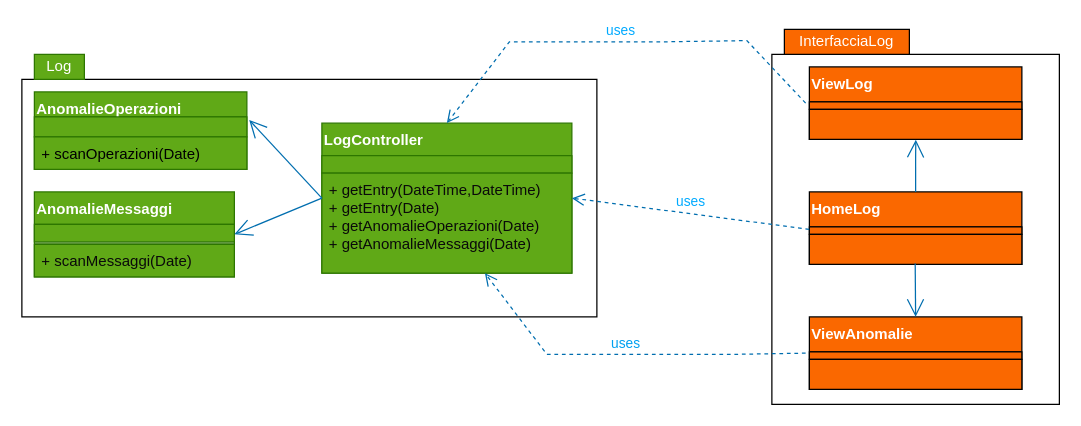
Earlier version of the draw.io diagram Diagrammi_Package/Log_package.drawio (JosephBoom02/Progetto_Ingegneria_del_Software). Source tidied: cells renumbered, new cells numbered last; positions are measured from the earlier drawing's top-left corner, leaving out a move shared by most shapes. Both pictures are drawn from the tidied source at 125%, with x=0, y=0 at pixel (21, 29).
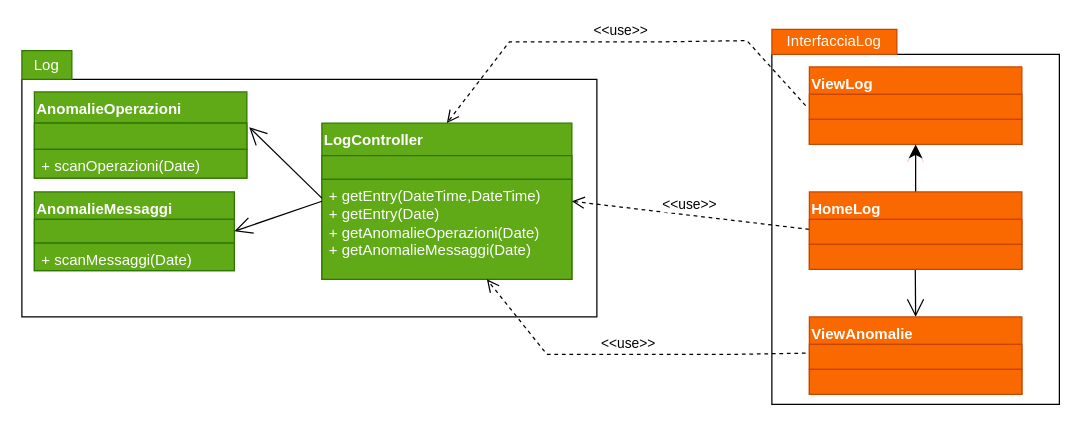
The same page after the edit.

Change to the diagram source:
```diff
@@
     <mxCell id="3" value="Log" style="rounded=0;whiteSpace=wrap;html=1;fillColor=#60a917;strokeColor=#2D7600;fontColor=#ffffff;" parent="1" vertex="1">
-      <mxGeometry x="10" y="20" width="40" height="20" as="geometry" />
+      <mxGeometry y="17" width="40" height="23" as="geometry" />
     </mxCell>
-    <mxCell id="4" value="AnomalieOperazioni&lt;div&gt;&lt;br&gt;&lt;/div&gt;" style="swimlane;fontStyle=1;align=left;verticalAlign=top;horizontal=1;startSize=20;whiteSpace=wrap;html=1;rounded=0;fillColor=#60a917;fontColor=#ffffff;strokeColor=#2D7600;perimeterSpacing=3;" parent="1" vertex="1">
-      <mxGeometry x="10" y="50" width="170" height="62" as="geometry" />
+    <mxCell id="4" value="AnomalieOperazioni&lt;div&gt;&lt;br&gt;&lt;/div&gt;" style="swimlane;fontStyle=1;align=left;verticalAlign=top;horizontal=1;startSize=25;whiteSpace=wrap;html=1;rounded=0;fillColor=#60a917;fontColor=#ffffff;strokeColor=#2D7600;perimeterSpacing=3;" parent="1" vertex="1">
+      <mxGeometry x="10" y="50" width="170" height="69" as="geometry" />
     </mxCell>
     <mxCell id="5" style="text;strokeColor=#2D7600;fillColor=#60a917;align=left;verticalAlign=top;spacingLeft=4;spacingRight=4;overflow=hidden;points=[[0,0.5],[1,0.5]];portConstraint=eastwest;whiteSpace=wrap;html=1;fontColor=#ffffff;" parent="4" vertex="1">
-      <mxGeometry y="20" width="170" height="16" as="geometry" />
+      <mxGeometry y="25" width="170" height="21" as="geometry" />
     </mxCell>
     <mxCell id="6" style="line;strokeWidth=1;fillColor=none;align=left;verticalAlign=middle;spacingTop=-1;spacingLeft=3;spacingRight=3;labelPosition=right;strokeColor=inherit;rounded=1;" parent="4" vertex="1">
-      <mxGeometry y="36" width="170" as="geometry" />
+      <mxGeometry y="46" width="170" as="geometry" />
     </mxCell>
-    <mxCell id="7" value="&lt;font color=&quot;#000000&quot;&gt;+ scanOperazioni(Date)&lt;/font&gt;" style="text;strokeColor=#2D7600;fillColor=#60a917;align=left;verticalAlign=top;spacingLeft=4;spacingRight=4;overflow=hidden;whiteSpace=wrap;html=1;fontColor=#ffffff;" parent="4" vertex="1">
-      <mxGeometry y="36" width="170" height="26" as="geometry" />
+    <mxCell id="7" value="+ scanOperazioni(Date)" style="text;strokeColor=#2D7600;fillColor=#60a917;align=left;verticalAlign=top;spacingLeft=4;spacingRight=4;overflow=hidden;whiteSpace=wrap;html=1;fontColor=#ffffff;" parent="4" vertex="1">
+      <mxGeometry y="46" width="170" height="23" as="geometry" />
     </mxCell>
-    <mxCell id="8" value="&lt;div style=&quot;&quot;&gt;&lt;span style=&quot;background-color: initial;&quot;&gt;AnomalieMessaggi&lt;/span&gt;&lt;/div&gt;&lt;div&gt;&lt;br&gt;&lt;/div&gt;" style="swimlane;fontStyle=1;align=left;verticalAlign=top;horizontal=1;startSize=26;whiteSpace=wrap;html=1;rounded=0;fillColor=#60a917;fontColor=#ffffff;strokeColor=#2D7600;" parent="1" vertex="1">
-      <mxGeometry x="10" y="130" width="160" height="68" as="geometry" />
+    <mxCell id="8" value="&lt;div style=&quot;&quot;&gt;&lt;span style=&quot;background-color: initial;&quot;&gt;AnomalieMessaggi&lt;/span&gt;&lt;/div&gt;&lt;div&gt;&lt;br&gt;&lt;/div&gt;" style="swimlane;fontStyle=1;align=left;verticalAlign=top;horizontal=1;startSize=22;whiteSpace=wrap;html=1;rounded=0;fillColor=#60a917;fontColor=#ffffff;strokeColor=#2D7600;" parent="1" vertex="1">
+      <mxGeometry x="10" y="130" width="160" height="63" as="geometry" />
     </mxCell>
     <mxCell id="9" value="&lt;div&gt;&lt;br&gt;&lt;/div&gt;" style="text;strokeColor=#2D7600;fillColor=#60a917;align=left;verticalAlign=top;spacingLeft=4;spacingRight=4;overflow=hidden;whiteSpace=wrap;html=1;fontColor=#ffffff;" parent="8" vertex="1">
-      <mxGeometry y="26" width="160" height="14" as="geometry" />
+      <mxGeometry y="22" width="160" height="19" as="geometry" />
     </mxCell>
-    <mxCell id="10" style="line;strokeWidth=1;fillColor=none;align=left;verticalAlign=middle;spacingTop=-1;spacingLeft=3;spacingRight=3;labelPosition=right;strokeColor=inherit;rounded=1;" parent="8" vertex="1">
-      <mxGeometry y="40" width="160" height="2" as="geometry" />
-    </mxCell>
-    <mxCell id="11" value="&lt;font color=&quot;#0a0a0a&quot;&gt;+ scanMessaggi(Date)&lt;/font&gt;" style="text;strokeColor=#2D7600;fillColor=#60a917;align=left;verticalAlign=top;spacingLeft=4;spacingRight=4;overflow=hidden;whiteSpace=wrap;html=1;fontColor=#ffffff;" parent="8" vertex="1">
-      <mxGeometry y="42" width="160" height="26" as="geometry" />
+    <mxCell id="11" value="+ scanMessaggi(Date)" style="text;strokeColor=#2D7600;fillColor=#60a917;align=left;verticalAlign=top;spacingLeft=4;spacingRight=4;overflow=hidden;whiteSpace=wrap;html=1;fontColor=#ffffff;" parent="8" vertex="1">
+      <mxGeometry y="41" width="160" height="22" as="geometry" />
     </mxCell>
     <mxCell id="12" value="LogController&lt;div&gt;&lt;br&gt;&lt;/div&gt;" style="swimlane;fontStyle=1;align=left;verticalAlign=top;horizontal=1;startSize=26;whiteSpace=wrap;html=1;rounded=0;fillColor=#60a917;fontColor=#ffffff;strokeColor=#2D7600;" parent="1" vertex="1">
-      <mxGeometry x="240" y="75" width="200" height="120" as="geometry" />
+      <mxGeometry x="240" y="75" width="200" height="125" as="geometry" />
     </mxCell>
-    <mxCell id="13" style="edgeStyle=orthogonalEdgeStyle;rounded=1;jettySize=auto;html=1;exitX=0;exitY=0.5;exitDx=0;exitDy=0;" parent="12" edge="1" source="14">
-      <mxGeometry relative="1" as="geometry">
-        <mxPoint x="-0.2" y="33.1" as="targetPoint" />
-      </mxGeometry>
-    </mxCell>
     <mxCell id="14" value="&lt;div&gt;&lt;br&gt;&lt;/div&gt;&lt;div&gt;&lt;br&gt;&lt;/div&gt;" style="text;strokeColor=#2D7600;fillColor=#60a917;align=left;verticalAlign=top;spacingLeft=4;spacingRight=4;overflow=hidden;points=[[0,0.5],[1,0.5]];portConstraint=eastwest;whiteSpace=wrap;html=1;fontColor=#ffffff;" parent="12" vertex="1">
-      <mxGeometry y="26" width="200" height="14" as="geometry" />
+      <mxGeometry y="26" width="200" height="19" as="geometry" />
     </mxCell>
-    <mxCell id="15" value="&lt;font color=&quot;#0a0a0a&quot;&gt;+ getEntry(DateTime,DateTime)&amp;nbsp;&amp;nbsp;&lt;/font&gt;&lt;div&gt;&lt;font color=&quot;#0a0a0a&quot;&gt;+ getEntry(Date)&lt;/font&gt;&lt;/div&gt;&lt;div&gt;&lt;font color=&quot;#0a0a0a&quot;&gt;+ getAnomalieOperazioni(Date)&lt;/font&gt;&lt;/div&gt;&lt;div&gt;&lt;font color=&quot;#0a0a0a&quot;&gt;+ getAnomalieMessaggi(Date)&lt;/font&gt;&lt;/div&gt;" style="text;strokeColor=#2D7600;fillColor=#60a917;align=left;verticalAlign=top;spacingLeft=4;spacingRight=4;overflow=hidden;points=[[0,0.5],[1,0.5]];portConstraint=eastwest;whiteSpace=wrap;html=1;fontColor=#ffffff;" parent="12" vertex="1">
-      <mxGeometry y="40" width="200" height="80" as="geometry" />
+    <mxCell id="15" value="+ getEntry(DateTime,DateTime)&amp;nbsp;&amp;nbsp;&lt;div&gt;+ getEntry(Date)&lt;/div&gt;&lt;div&gt;+ getAnomalieOperazioni(Date)&lt;/div&gt;&lt;div&gt;+ getAnomalieMessaggi(Date)&lt;/div&gt;" style="text;strokeColor=#2D7600;fillColor=#60a917;align=left;verticalAlign=top;spacingLeft=4;spacingRight=4;overflow=hidden;points=[[0,0.5],[1,0.5]];portConstraint=eastwest;whiteSpace=wrap;html=1;fontColor=#ffffff;" parent="12" vertex="1">
+      <mxGeometry y="45" width="200" height="80" as="geometry" />
     </mxCell>
-    <mxCell id="16" style="endArrow=open;endFill=1;endSize=12;html=1;rounded=1;entryX=1.011;entryY=0.155;entryDx=0;entryDy=0;entryPerimeter=0;fillColor=#1ba1e2;strokeColor=#006EAF;" parent="1" edge="1" target="5">
+    <mxCell id="16" style="endArrow=open;endFill=1;endSize=12;html=1;rounded=1;entryX=1.011;entryY=0.155;entryDx=0;entryDy=0;entryPerimeter=0;fillColor=#1ba1e2;strokeColor=#000000;" parent="1" edge="1" target="5">
       <mxGeometry relative="1" as="geometry">
         <mxPoint x="240" y="135" as="sourcePoint" />
       </mxGeometry>
     </mxCell>
-    <mxCell id="17" style="endArrow=open;endFill=1;endSize=12;html=1;rounded=1;entryX=1;entryY=0.5;entryDx=0;entryDy=0;exitX=0;exitY=0.5;exitDx=0;exitDy=0;fillColor=#1ba1e2;strokeColor=#006EAF;" parent="1" edge="1" source="12" target="8">
+    <mxCell id="17" style="endArrow=open;endFill=1;endSize=12;html=1;rounded=1;entryX=1;entryY=0.5;entryDx=0;entryDy=0;exitX=0;exitY=0.5;exitDx=0;exitDy=0;fillColor=#1ba1e2;strokeColor=#000000;" parent="1" edge="1" source="12" target="8">
       <mxGeometry relative="1" as="geometry" />
     </mxCell>
@@
-    <mxCell id="19" value="InterfacciaLog" style="rounded=0;whiteSpace=wrap;html=1;fillColor=#fa6800;fontColor=#ffffff;strokeColor=#000000;" parent="1" vertex="1">
-      <mxGeometry x="610" width="100" height="20" as="geometry" />
+    <mxCell id="19" value="InterfacciaLog" style="rounded=0;whiteSpace=wrap;html=1;fillColor=#fa6800;fontColor=#ffffff;strokeColor=#c64600;" parent="1" vertex="1">
+      <mxGeometry x="600" width="100" height="20" as="geometry" />
     </mxCell>
-    <mxCell id="20" value="&lt;div&gt;&lt;font color=&quot;#ffffff&quot;&gt;ViewLog&lt;/font&gt;&lt;/div&gt;" style="swimlane;fontStyle=1;align=left;verticalAlign=top;horizontal=1;startSize=28;whiteSpace=wrap;html=1;rounded=0;fillColor=#fa6800;fontColor=#000000;strokeColor=#000000;perimeterSpacing=3;" parent="1" vertex="1">
-      <mxGeometry x="630" y="30" width="170" height="58" as="geometry" />
+    <mxCell id="20" value="&lt;div&gt;&lt;font color=&quot;#ffffff&quot;&gt;ViewLog&lt;/font&gt;&lt;/div&gt;" style="swimlane;fontStyle=1;align=left;verticalAlign=top;horizontal=1;startSize=22;whiteSpace=wrap;html=1;rounded=0;fillColor=#fa6800;fontColor=#000000;strokeColor=#c64600;perimeterSpacing=3;" parent="1" vertex="1">
+      <mxGeometry x="630" y="30" width="170" height="62" as="geometry" />
     </mxCell>
-    <mxCell id="21" style="text;strokeColor=#000000;fillColor=#fa6800;align=left;verticalAlign=top;spacingLeft=4;spacingRight=4;overflow=hidden;whiteSpace=wrap;html=1;fontColor=#000000;" parent="20" vertex="1">
-      <mxGeometry y="28" width="170" height="6" as="geometry" />
+    <mxCell id="21" style="text;strokeColor=#c64600;fillColor=#fa6800;align=left;verticalAlign=top;spacingLeft=4;spacingRight=4;overflow=hidden;whiteSpace=wrap;html=1;fontColor=#000000;" parent="20" vertex="1">
+      <mxGeometry y="22" width="170" height="20" as="geometry" />
     </mxCell>
     <mxCell id="22" style="line;strokeWidth=1;fillColor=none;align=left;verticalAlign=middle;spacingTop=-1;spacingLeft=3;spacingRight=3;labelPosition=right;strokeColor=inherit;rounded=1;" parent="20" vertex="1">
-      <mxGeometry y="34" width="170" as="geometry" />
+      <mxGeometry y="42" width="170" as="geometry" />
     </mxCell>
-    <mxCell id="23" value="&lt;div&gt;&lt;br&gt;&lt;/div&gt;&lt;div&gt;&lt;br&gt;&lt;/div&gt;" style="text;strokeColor=#000000;fillColor=#fa6800;align=left;verticalAlign=top;spacingLeft=4;spacingRight=4;overflow=hidden;points=[[0,0.5],[1,0.5]];portConstraint=eastwest;whiteSpace=wrap;html=1;fontColor=#000000;" parent="20" vertex="1">
-      <mxGeometry y="34" width="170" height="24" as="geometry" />
+    <mxCell id="23" value="&lt;div&gt;&lt;br&gt;&lt;/div&gt;&lt;div&gt;&lt;br&gt;&lt;/div&gt;" style="text;strokeColor=#c64600;fillColor=#fa6800;align=left;verticalAlign=top;spacingLeft=4;spacingRight=4;overflow=hidden;points=[[0,0.5],[1,0.5]];portConstraint=eastwest;whiteSpace=wrap;html=1;fontColor=#000000;" parent="20" vertex="1">
+      <mxGeometry y="42" width="170" height="20" as="geometry" />
     </mxCell>
-    <mxCell id="24" value="&lt;div&gt;&lt;font color=&quot;#ffffff&quot;&gt;HomeLog&lt;/font&gt;&lt;/div&gt;" style="swimlane;fontStyle=1;align=left;verticalAlign=top;horizontal=1;startSize=28;whiteSpace=wrap;html=1;rounded=0;fillColor=#fa6800;fontColor=#000000;strokeColor=#000000;perimeterSpacing=3;" parent="1" vertex="1">
-      <mxGeometry x="630" y="130" width="170" height="58" as="geometry" />
-    </mxCell>
-    <mxCell id="25" style="text;strokeColor=#000000;fillColor=#fa6800;align=left;verticalAlign=top;spacingLeft=4;spacingRight=4;overflow=hidden;whiteSpace=wrap;html=1;fontColor=#000000;" parent="24" vertex="1">
-      <mxGeometry y="28" width="170" height="6" as="geometry" />
-    </mxCell>
-    <mxCell id="26" style="line;strokeWidth=1;fillColor=none;align=left;verticalAlign=middle;spacingTop=-1;spacingLeft=3;spacingRight=3;labelPosition=right;strokeColor=inherit;rounded=1;" parent="24" vertex="1">
-      <mxGeometry y="34" width="170" as="geometry" />
-    </mxCell>
-    <mxCell id="27" value="&lt;div&gt;&lt;br&gt;&lt;/div&gt;&lt;div&gt;&lt;br&gt;&lt;/div&gt;" style="text;strokeColor=#000000;fillColor=#fa6800;align=left;verticalAlign=top;spacingLeft=4;spacingRight=4;overflow=hidden;points=[[0,0.5],[1,0.5]];portConstraint=eastwest;whiteSpace=wrap;html=1;fontColor=#000000;" parent="24" vertex="1">
-      <mxGeometry y="34" width="170" height="24" as="geometry" />
-    </mxCell>
-    <mxCell id="28" value="&lt;div&gt;&lt;font color=&quot;#ffffff&quot;&gt;ViewAnomalie&lt;/font&gt;&lt;/div&gt;" style="swimlane;fontStyle=1;align=left;verticalAlign=top;horizontal=1;startSize=28;whiteSpace=wrap;html=1;rounded=0;fillColor=#fa6800;fontColor=#000000;strokeColor=#000000;perimeterSpacing=3;" parent="1" vertex="1">
-      <mxGeometry x="630" y="230" width="170" height="58" as="geometry" />
-    </mxCell>
-    <mxCell id="29" style="text;strokeColor=#000000;fillColor=#fa6800;align=left;verticalAlign=top;spacingLeft=4;spacingRight=4;overflow=hidden;whiteSpace=wrap;html=1;fontColor=#000000;" parent="28" vertex="1">
-      <mxGeometry y="28" width="170" height="6" as="geometry" />
-    </mxCell>
-    <mxCell id="30" style="line;strokeWidth=1;fillColor=none;align=left;verticalAlign=middle;spacingTop=-1;spacingLeft=3;spacingRight=3;labelPosition=right;strokeColor=inherit;rounded=1;" parent="28" vertex="1">
-      <mxGeometry y="34" width="170" as="geometry" />
-    </mxCell>
-    <mxCell id="31" value="&lt;div&gt;&lt;br&gt;&lt;/div&gt;&lt;div&gt;&lt;br&gt;&lt;/div&gt;" style="text;strokeColor=#000000;fillColor=#fa6800;align=left;verticalAlign=top;spacingLeft=4;spacingRight=4;overflow=hidden;whiteSpace=wrap;html=1;fontColor=#000000;" parent="28" vertex="1">
-      <mxGeometry y="34" width="170" height="24" as="geometry" />
-    </mxCell>
-    <mxCell id="32" value="&lt;font color=&quot;#00a0f0&quot;&gt;uses&lt;/font&gt;" style="html=1;verticalAlign=bottom;endArrow=open;dashed=1;endSize=8;curved=0;rounded=0;exitX=0;exitY=0.5;exitDx=0;exitDy=0;fillColor=#1ba1e2;strokeColor=#006EAF;" parent="1" edge="1" source="28" target="15">
+    <mxCell id="32" value="&amp;lt;&amp;lt;use&amp;gt;&amp;gt;" style="html=1;verticalAlign=bottom;endArrow=open;dashed=1;endSize=8;curved=0;rounded=0;exitX=0;exitY=0.5;exitDx=0;exitDy=0;fillColor=#1ba1e2;strokeColor=#000000;" parent="1" edge="1" target="15">
       <mxGeometry relative="1" as="geometry">
+        <mxPoint x="627" y="259" as="sourcePoint" />
         <Array as="points">
           <mxPoint x="570" y="260" />
           <mxPoint x="510" y="260" />
           <mxPoint x="420" y="260" />
         </Array>
       </mxGeometry>
     </mxCell>
-    <mxCell id="33" value="&lt;font color=&quot;#00aaff&quot;&gt;uses&lt;/font&gt;" style="html=1;verticalAlign=bottom;endArrow=open;dashed=1;endSize=8;curved=0;rounded=0;entryX=1;entryY=0.5;entryDx=0;entryDy=0;exitX=-0.001;exitY=-0.168;exitDx=0;exitDy=0;exitPerimeter=0;fillColor=#1ba1e2;strokeColor=#006EAF;" parent="1" edge="1" source="27" target="12">
-      <mxGeometry relative="1" as="geometry" />
+    <mxCell id="33" value="&amp;lt;&amp;lt;use&amp;gt;&amp;gt;" style="html=1;verticalAlign=bottom;endArrow=open;dashed=1;endSize=8;curved=0;rounded=0;entryX=1;entryY=0.5;entryDx=0;entryDy=0;exitX=-0.001;exitY=-0.168;exitDx=0;exitDy=0;exitPerimeter=0;fillColor=#1ba1e2;strokeColor=#000000;" parent="1" edge="1" target="12">
+      <mxGeometry relative="1" as="geometry">
+        <mxPoint x="629.8" y="160" as="sourcePoint" />
+      </mxGeometry>
     </mxCell>
-    <mxCell id="34" value="&lt;font color=&quot;#00aaff&quot;&gt;uses&lt;/font&gt;" style="html=1;verticalAlign=bottom;endArrow=open;dashed=1;endSize=8;curved=0;rounded=0;exitX=0;exitY=0.5;exitDx=0;exitDy=0;entryX=0.5;entryY=0;entryDx=0;entryDy=0;fillColor=#1ba1e2;strokeColor=#006EAF;" parent="1" edge="1" source="20" target="12">
+    <mxCell id="34" value="&amp;lt;&amp;lt;use&amp;gt;&amp;gt;" style="html=1;verticalAlign=bottom;endArrow=open;dashed=1;endSize=8;curved=0;rounded=0;exitX=0;exitY=0.5;exitDx=0;exitDy=0;entryX=0.5;entryY=0;entryDx=0;entryDy=0;fillColor=#1ba1e2;strokeColor=#000000;" parent="1" edge="1" source="20" target="12">
       <mxGeometry relative="1" as="geometry">
         <Array as="points">
           <mxPoint x="580" y="9" />
           <mxPoint x="510" y="10" />
           <mxPoint x="390" y="10" />
         </Array>
       </mxGeometry>
     </mxCell>
-    <mxCell id="35" style="endArrow=open;endFill=1;endSize=12;html=1;rounded=1;exitX=0.498;exitY=0.968;exitDx=0;exitDy=0;exitPerimeter=0;fillColor=#1ba1e2;strokeColor=#006EAF;" parent="1" edge="1" source="27">
+    <mxCell id="35" style="endArrow=open;endFill=1;endSize=12;html=1;rounded=1;exitX=0.498;exitY=0.968;exitDx=0;exitDy=0;exitPerimeter=0;fillColor=#1ba1e2;strokeColor=#000000;" parent="1" edge="1">
       <mxGeometry relative="1" as="geometry">
+        <mxPoint x="714.7" y="187.2" as="sourcePoint" />
         <mxPoint x="715" y="230" as="targetPoint" />
       </mxGeometry>
     </mxCell>
-    <mxCell id="36" style="endArrow=open;endFill=1;endSize=12;html=1;rounded=1;entryX=0.501;entryY=1.011;entryDx=0;entryDy=0;entryPerimeter=0;fillColor=#1ba1e2;strokeColor=#006EAF;" parent="1" edge="1" target="23">
+    <mxCell id="36" style="endArrow=open;endFill=1;endSize=12;html=1;rounded=1;entryX=0.501;entryY=1.011;entryDx=0;entryDy=0;entryPerimeter=0;fillColor=#1ba1e2;strokeColor=#FFCCE6;" parent="1" edge="1" target="23">
       <mxGeometry relative="1" as="geometry">
         <mxPoint x="715" y="130" as="sourcePoint" />
         <Array as="points">
           <mxPoint x="715" y="100" />
         </Array>
       </mxGeometry>
     </mxCell>
+    <mxCell id="37" style="edgeStyle=none;curved=1;rounded=0;jettySize=auto;html=1;fontSize=12;startSize=8;endSize=8;" parent="1" edge="1" target="23">
+      <mxGeometry relative="1" as="geometry">
+        <mxPoint x="715" y="131" as="sourcePoint" />
+      </mxGeometry>
+    </mxCell>
+    <mxCell id="24" value="&lt;div&gt;&lt;font color=&quot;#ffffff&quot;&gt;HomeLog&lt;/font&gt;&lt;/div&gt;" style="swimlane;fontStyle=1;align=left;verticalAlign=top;horizontal=1;startSize=22;whiteSpace=wrap;html=1;rounded=0;fillColor=#fa6800;fontColor=#000000;strokeColor=#c64600;perimeterSpacing=3;" parent="1" vertex="1">
+      <mxGeometry x="630" y="130" width="170" height="62" as="geometry" />
+    </mxCell>
+    <mxCell id="38" style="text;strokeColor=#c64600;fillColor=#fa6800;align=left;verticalAlign=top;spacingLeft=4;spacingRight=4;overflow=hidden;whiteSpace=wrap;html=1;fontColor=#000000;" parent="24" vertex="1">
+      <mxGeometry y="22" width="170" height="20" as="geometry" />
+    </mxCell>
+    <mxCell id="39" style="line;strokeWidth=1;fillColor=none;align=left;verticalAlign=middle;spacingTop=-1;spacingLeft=3;spacingRight=3;labelPosition=right;strokeColor=inherit;rounded=1;" parent="24" vertex="1">
+      <mxGeometry y="42" width="170" as="geometry" />
+    </mxCell>
+    <mxCell id="40" value="&lt;div&gt;&lt;br&gt;&lt;/div&gt;&lt;div&gt;&lt;br&gt;&lt;/div&gt;" style="text;strokeColor=#c64600;fillColor=#fa6800;align=left;verticalAlign=top;spacingLeft=4;spacingRight=4;overflow=hidden;whiteSpace=wrap;html=1;fontColor=#000000;" parent="24" vertex="1">
+      <mxGeometry y="42" width="170" height="20" as="geometry" />
+    </mxCell>
+    <mxCell id="28" value="&lt;div&gt;&lt;font color=&quot;#ffffff&quot;&gt;ViewAnomalie&lt;/font&gt;&lt;/div&gt;" style="swimlane;fontStyle=1;align=left;verticalAlign=top;horizontal=1;startSize=22;whiteSpace=wrap;html=1;rounded=0;fillColor=#fa6800;fontColor=#000000;strokeColor=#c64600;perimeterSpacing=3;" parent="1" vertex="1">
+      <mxGeometry x="630" y="230" width="170" height="62" as="geometry" />
+    </mxCell>
+    <mxCell id="41" style="text;strokeColor=#c64600;fillColor=#fa6800;align=left;verticalAlign=top;spacingLeft=4;spacingRight=4;overflow=hidden;whiteSpace=wrap;html=1;fontColor=#000000;" parent="28" vertex="1">
+      <mxGeometry y="22" width="170" height="20" as="geometry" />
+    </mxCell>
+    <mxCell id="42" style="line;strokeWidth=1;fillColor=none;align=left;verticalAlign=middle;spacingTop=-1;spacingLeft=3;spacingRight=3;labelPosition=right;strokeColor=inherit;rounded=1;" parent="28" vertex="1">
+      <mxGeometry y="42" width="170" as="geometry" />
+    </mxCell>
+    <mxCell id="43" value="&lt;div&gt;&lt;br&gt;&lt;/div&gt;&lt;div&gt;&lt;br&gt;&lt;/div&gt;" style="text;strokeColor=#c64600;fillColor=#fa6800;align=left;verticalAlign=top;spacingLeft=4;spacingRight=4;overflow=hidden;whiteSpace=wrap;html=1;fontColor=#000000;" parent="28" vertex="1">
+      <mxGeometry y="42" width="170" height="20" as="geometry" />
+    </mxCell>
```
